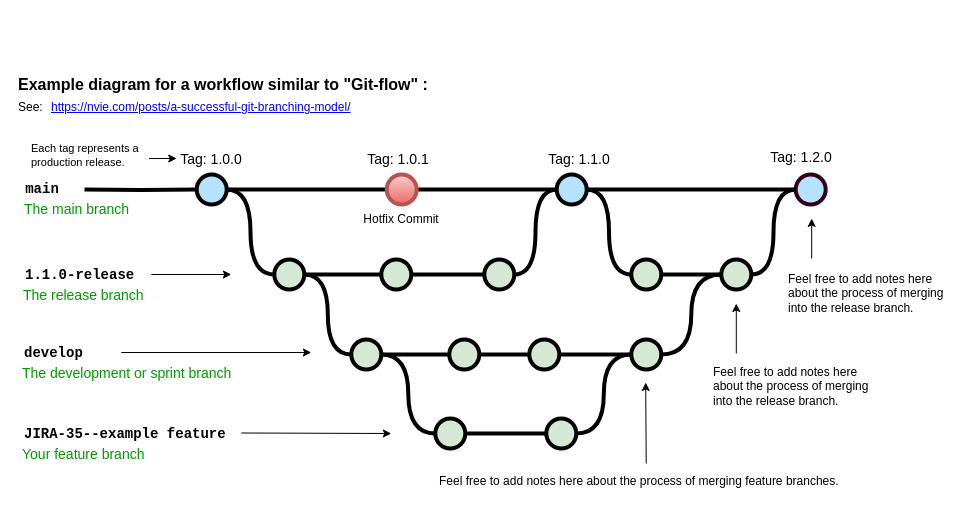
Above: Diagrama em y.drawio in corvov/ArduiN (draw.io), before the change. Source tidied: cells renumbered, new cells numbered last; positions are measured from the earlier drawing's top-left corner, leaving out a move shared by most shapes. Both pictures are drawn from the tidied source at 100%, with x=0, y=0 at pixel (16, 68).
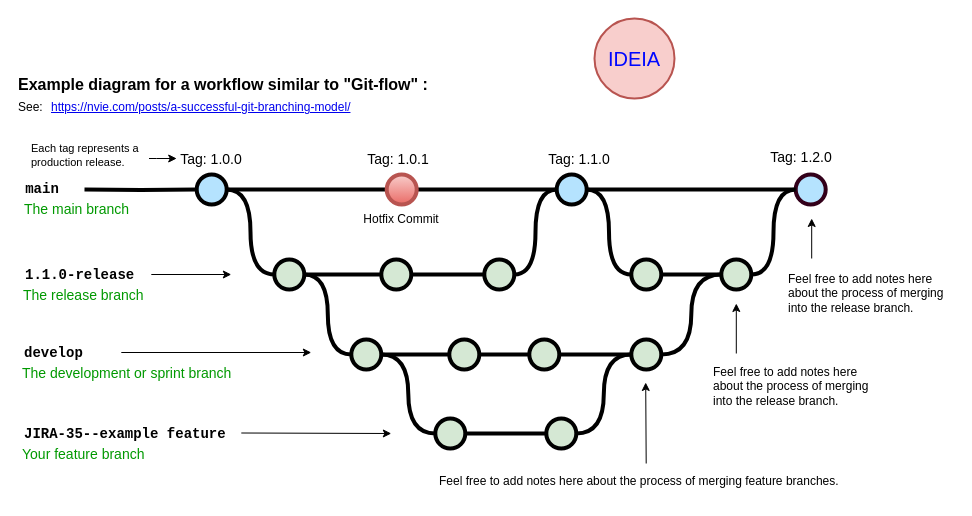
The same page after the edit.

Change to the diagram source:
```diff
@@
+    <mxCell id="63" value="IDEIA" style="ellipse;whiteSpace=wrap;html=1;fillColor=#f8cecc;strokeColor=#b85450;strokeWidth=2;fontSize=20;fontColor=#0008FF;" parent="1" vertex="1">
+      <mxGeometry x="578" y="-50" width="80" height="80" as="geometry" />
+    </mxCell>
```
